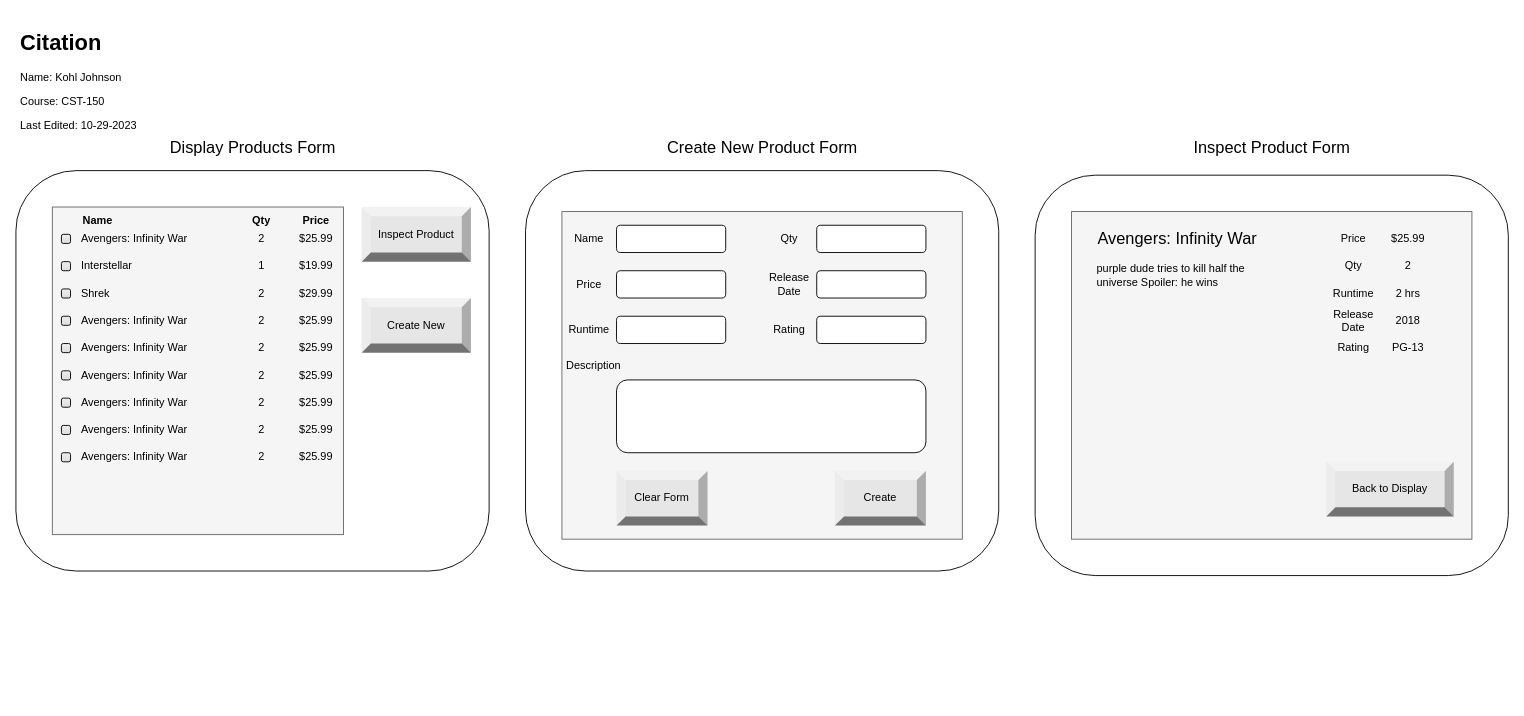
Kohl2233/KohlGCU keeps this draw.io diagram as CST-150 (C#)/Designs/Wireframe.drawio. Above is the earlier version. Source tidied: cells renumbered, new cells numbered last; positions are measured from the earlier drawing's top-left corner, leaving out a move shared by most shapes. Both pictures are drawn from the tidied source at 91%, with x=0, y=0 at pixel (15, 25).
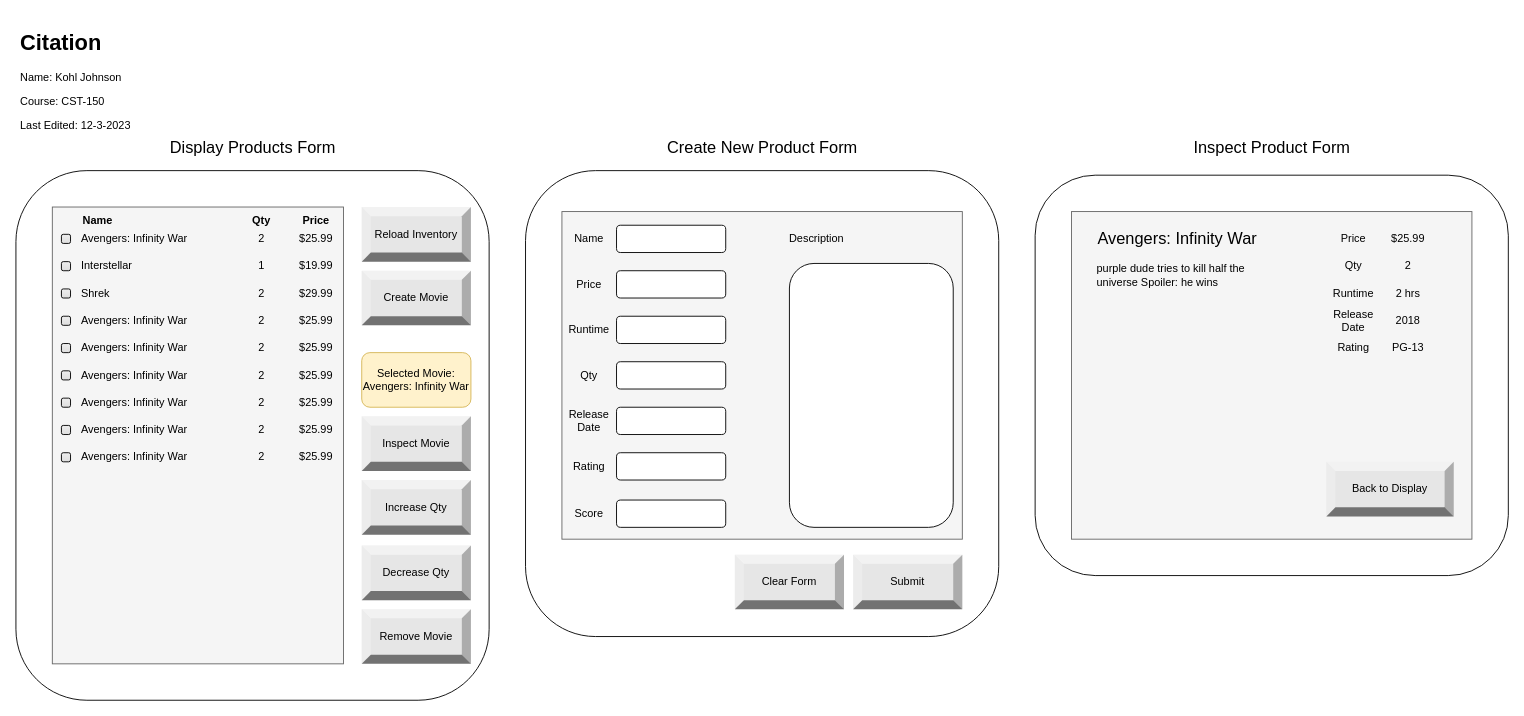
The same page after the edit.

The edit, as a diff of the source:
```diff
@@
     <mxCell id="2" style="rounded=1;whiteSpace=wrap;html=1;" parent="1" vertex="1">
-      <mxGeometry y="160" width="520" height="440" as="geometry" />
+      <mxGeometry y="160" width="520" height="582" as="geometry" />
     </mxCell>
-    <mxCell id="3" value="Create New" style="labelPosition=center;verticalLabelPosition=middle;align=center;html=1;shape=mxgraph.basic.shaded_button;dx=10;fillColor=#E6E6E6;strokeColor=none;whiteSpace=wrap;" parent="1" vertex="1">
-      <mxGeometry x="380" y="300" width="120" height="60" as="geometry" />
-    </mxCell>
-    <mxCell id="4" value="Inspect Product" style="labelPosition=center;verticalLabelPosition=middle;align=center;html=1;shape=mxgraph.basic.shaded_button;dx=10;fillColor=#E6E6E6;strokeColor=none;whiteSpace=wrap;" parent="1" vertex="1">
+    <mxCell id="4" value="Reload Inventory" style="labelPosition=center;verticalLabelPosition=middle;align=center;html=1;shape=mxgraph.basic.shaded_button;dx=10;fillColor=#E6E6E6;strokeColor=none;whiteSpace=wrap;" parent="1" vertex="1">
       <mxGeometry x="380" y="200" width="120" height="60" as="geometry" />
     </mxCell>
     <mxCell id="5" style="rounded=0;whiteSpace=wrap;html=1;fillColor=#f5f5f5;fontColor=#333333;strokeColor=#666666;" parent="1" vertex="1">
-      <mxGeometry x="40" y="200" width="320" height="360" as="geometry" />
+      <mxGeometry x="40" y="200" width="320" height="502" as="geometry" />
     </mxCell>
@@
     <mxCell id="46" style="rounded=1;whiteSpace=wrap;html=1;" parent="1" vertex="1">
-      <mxGeometry x="560" y="160" width="520" height="440" as="geometry" />
+      <mxGeometry x="560" y="160" width="520" height="512" as="geometry" />
     </mxCell>
@@
     <mxCell id="50" style="rounded=1;whiteSpace=wrap;html=1;" parent="1" vertex="1">
-      <mxGeometry x="880" y="220" width="120" height="30" as="geometry" />
+      <mxGeometry x="660" y="370" width="120" height="30" as="geometry" />
     </mxCell>
     <mxCell id="51" value="Qty" style="text;html=1;strokeColor=none;fillColor=none;align=center;verticalAlign=middle;whiteSpace=wrap;rounded=0;" parent="1" vertex="1">
-      <mxGeometry x="820" y="220" width="60" height="30" as="geometry" />
+      <mxGeometry x="600" y="370" width="60" height="30" as="geometry" />
     </mxCell>
@@
     <mxCell id="54" style="rounded=1;whiteSpace=wrap;html=1;" parent="1" vertex="1">
-      <mxGeometry x="880" y="270" width="120" height="30" as="geometry" />
+      <mxGeometry x="660" y="420" width="120" height="30" as="geometry" />
     </mxCell>
     <mxCell id="55" value="Release Date" style="text;html=1;strokeColor=none;fillColor=none;align=center;verticalAlign=middle;whiteSpace=wrap;rounded=0;" parent="1" vertex="1">
-      <mxGeometry x="820" y="270" width="60" height="30" as="geometry" />
+      <mxGeometry x="600" y="420" width="60" height="30" as="geometry" />
     </mxCell>
@@
     <mxCell id="58" style="rounded=1;whiteSpace=wrap;html=1;" parent="1" vertex="1">
-      <mxGeometry x="880" y="320" width="120" height="30" as="geometry" />
+      <mxGeometry x="660" y="470" width="120" height="30" as="geometry" />
     </mxCell>
     <mxCell id="59" value="Rating" style="text;html=1;strokeColor=none;fillColor=none;align=center;verticalAlign=middle;whiteSpace=wrap;rounded=0;" parent="1" vertex="1">
-      <mxGeometry x="820" y="320" width="60" height="30" as="geometry" />
+      <mxGeometry x="600" y="470" width="60" height="30" as="geometry" />
     </mxCell>
-    <mxCell id="60" value="Description" style="text;html=1;strokeColor=none;fillColor=none;align=center;verticalAlign=middle;whiteSpace=wrap;rounded=0;" parent="1" vertex="1">
-      <mxGeometry x="600" y="360" width="70" height="30" as="geometry" />
-    </mxCell>
-    <mxCell id="61" style="rounded=1;whiteSpace=wrap;html=1;" parent="1" vertex="1">
-      <mxGeometry x="660" y="390" width="340" height="80" as="geometry" />
-    </mxCell>
-    <mxCell id="62" value="Create" style="labelPosition=center;verticalLabelPosition=middle;align=center;html=1;shape=mxgraph.basic.shaded_button;dx=10;fillColor=#E6E6E6;strokeColor=none;whiteSpace=wrap;" parent="1" vertex="1">
-      <mxGeometry x="900" y="490" width="100" height="60" as="geometry" />
-    </mxCell>
-    <mxCell id="63" value="Clear Form" style="labelPosition=center;verticalLabelPosition=middle;align=center;html=1;shape=mxgraph.basic.shaded_button;dx=10;fillColor=#E6E6E6;strokeColor=none;whiteSpace=wrap;" parent="1" vertex="1">
-      <mxGeometry x="660" y="490" width="100" height="60" as="geometry" />
-    </mxCell>
@@
-    <mxCell id="81" value="&lt;h1&gt;Citation&lt;/h1&gt;&lt;p&gt;Name: Kohl Johnson&lt;/p&gt;&lt;p&gt;Course: CST-150&lt;/p&gt;&lt;p&gt;Last Edited: 10-29-2023&lt;/p&gt;" style="text;html=1;strokeColor=none;fillColor=none;spacing=5;spacingTop=-20;whiteSpace=wrap;overflow=hidden;rounded=0;" parent="1" vertex="1">
+    <mxCell id="81" value="&lt;h1&gt;Citation&lt;/h1&gt;&lt;p&gt;Name: Kohl Johnson&lt;/p&gt;&lt;p&gt;Course: CST-150&lt;/p&gt;&lt;p&gt;Last Edited: 12-3-2023&lt;/p&gt;" style="text;html=1;strokeColor=none;fillColor=none;spacing=5;spacingTop=-20;whiteSpace=wrap;overflow=hidden;rounded=0;" parent="1" vertex="1">
       <mxGeometry width="190" height="120" as="geometry" />
     </mxCell>
+    <mxCell id="82" value="Create Movie" style="labelPosition=center;verticalLabelPosition=middle;align=center;html=1;shape=mxgraph.basic.shaded_button;dx=10;fillColor=#E6E6E6;strokeColor=none;whiteSpace=wrap;" parent="1" vertex="1">
+      <mxGeometry x="380" y="270" width="120" height="60" as="geometry" />
+    </mxCell>
+    <mxCell id="83" value="Inspect Movie" style="labelPosition=center;verticalLabelPosition=middle;align=center;html=1;shape=mxgraph.basic.shaded_button;dx=10;fillColor=#E6E6E6;strokeColor=none;whiteSpace=wrap;" parent="1" vertex="1">
+      <mxGeometry x="380" y="430" width="120" height="60" as="geometry" />
+    </mxCell>
+    <mxCell id="84" value="Increase Qty" style="labelPosition=center;verticalLabelPosition=middle;align=center;html=1;shape=mxgraph.basic.shaded_button;dx=10;fillColor=#E6E6E6;strokeColor=none;whiteSpace=wrap;" parent="1" vertex="1">
+      <mxGeometry x="380" y="500" width="120" height="60" as="geometry" />
+    </mxCell>
+    <mxCell id="85" value="Decrease Qty" style="labelPosition=center;verticalLabelPosition=middle;align=center;html=1;shape=mxgraph.basic.shaded_button;dx=10;fillColor=#E6E6E6;strokeColor=none;whiteSpace=wrap;" parent="1" vertex="1">
+      <mxGeometry x="380" y="572" width="120" height="60" as="geometry" />
+    </mxCell>
+    <mxCell id="86" value="Remove Movie" style="labelPosition=center;verticalLabelPosition=middle;align=center;html=1;shape=mxgraph.basic.shaded_button;dx=10;fillColor=#E6E6E6;strokeColor=none;whiteSpace=wrap;" parent="1" vertex="1">
+      <mxGeometry x="380" y="642" width="120" height="60" as="geometry" />
+    </mxCell>
+    <mxCell id="87" value="Selected Movie:&lt;br&gt;Avengers: Infinity War" style="rounded=1;whiteSpace=wrap;html=1;fillColor=#fff2cc;strokeColor=#d6b656;" parent="1" vertex="1">
+      <mxGeometry x="380" y="360" width="120" height="60" as="geometry" />
+    </mxCell>
+    <mxCell id="88" style="rounded=1;whiteSpace=wrap;html=1;" parent="1" vertex="1">
+      <mxGeometry x="660" y="522" width="120" height="30" as="geometry" />
+    </mxCell>
+    <mxCell id="89" value="Score" style="text;html=1;strokeColor=none;fillColor=none;align=center;verticalAlign=middle;whiteSpace=wrap;rounded=0;" parent="1" vertex="1">
+      <mxGeometry x="600" y="522" width="60" height="30" as="geometry" />
+    </mxCell>
+    <mxCell id="90" style="rounded=1;whiteSpace=wrap;html=1;" parent="1" vertex="1">
+      <mxGeometry x="850" y="262" width="180" height="290" as="geometry" />
+    </mxCell>
+    <mxCell id="60" value="Description" style="text;html=1;strokeColor=none;fillColor=none;align=center;verticalAlign=middle;whiteSpace=wrap;rounded=0;" parent="1" vertex="1">
+      <mxGeometry x="850" y="220" width="60" height="30" as="geometry" />
+    </mxCell>
+    <mxCell id="91" value="Submit" style="labelPosition=center;verticalLabelPosition=middle;align=center;html=1;shape=mxgraph.basic.shaded_button;dx=10;fillColor=#E6E6E6;strokeColor=none;whiteSpace=wrap;" parent="1" vertex="1">
+      <mxGeometry x="920" y="582" width="120" height="60" as="geometry" />
+    </mxCell>
+    <mxCell id="63" value="Clear Form" style="labelPosition=center;verticalLabelPosition=middle;align=center;html=1;shape=mxgraph.basic.shaded_button;dx=10;fillColor=#E6E6E6;strokeColor=none;whiteSpace=wrap;" parent="1" vertex="1">
+      <mxGeometry x="790" y="582" width="120" height="60" as="geometry" />
+    </mxCell>
```
